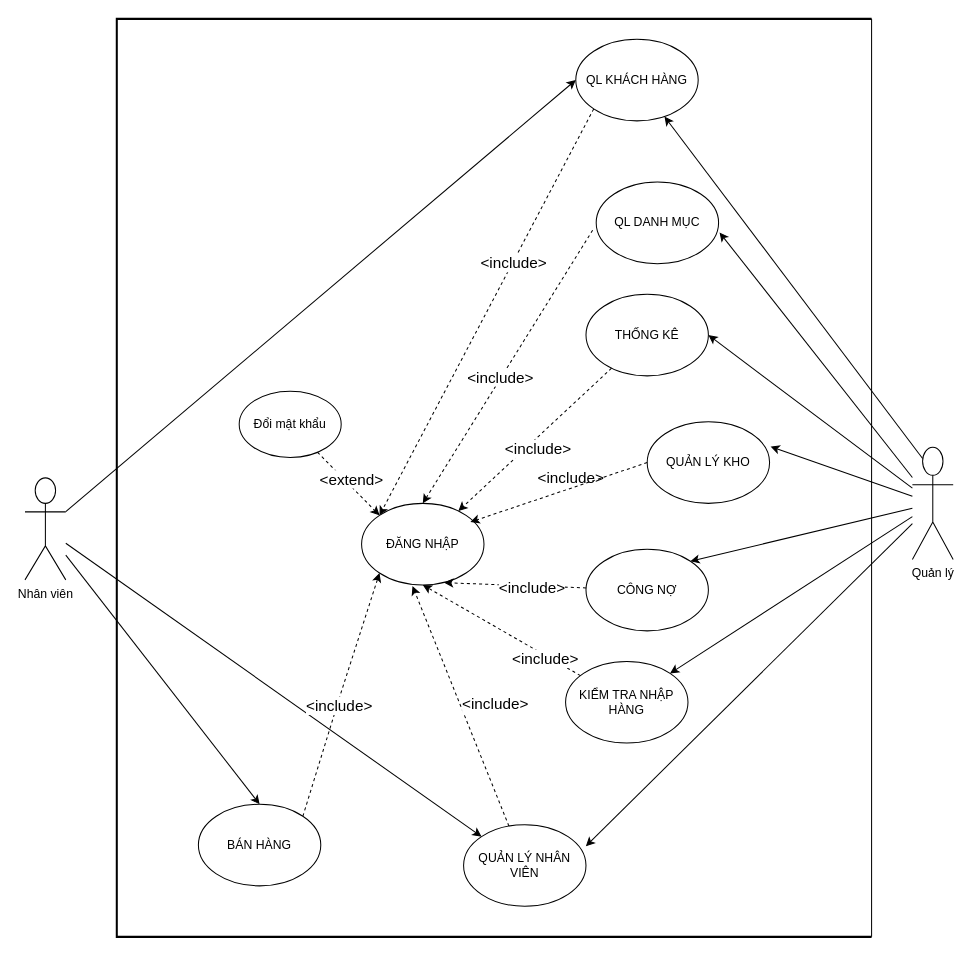
This is USECASE/Untitled Diagram.drawio from AlexTien202/congnghephanmem, a draw.io file, before an edit. Source tidied: cells renumbered, new cells numbered last; positions are measured from the earlier drawing's top-left corner, leaving out a move shared by most shapes. Both pictures are drawn from the tidied source at 102%, with x=0, y=0 at pixel (24, 18).
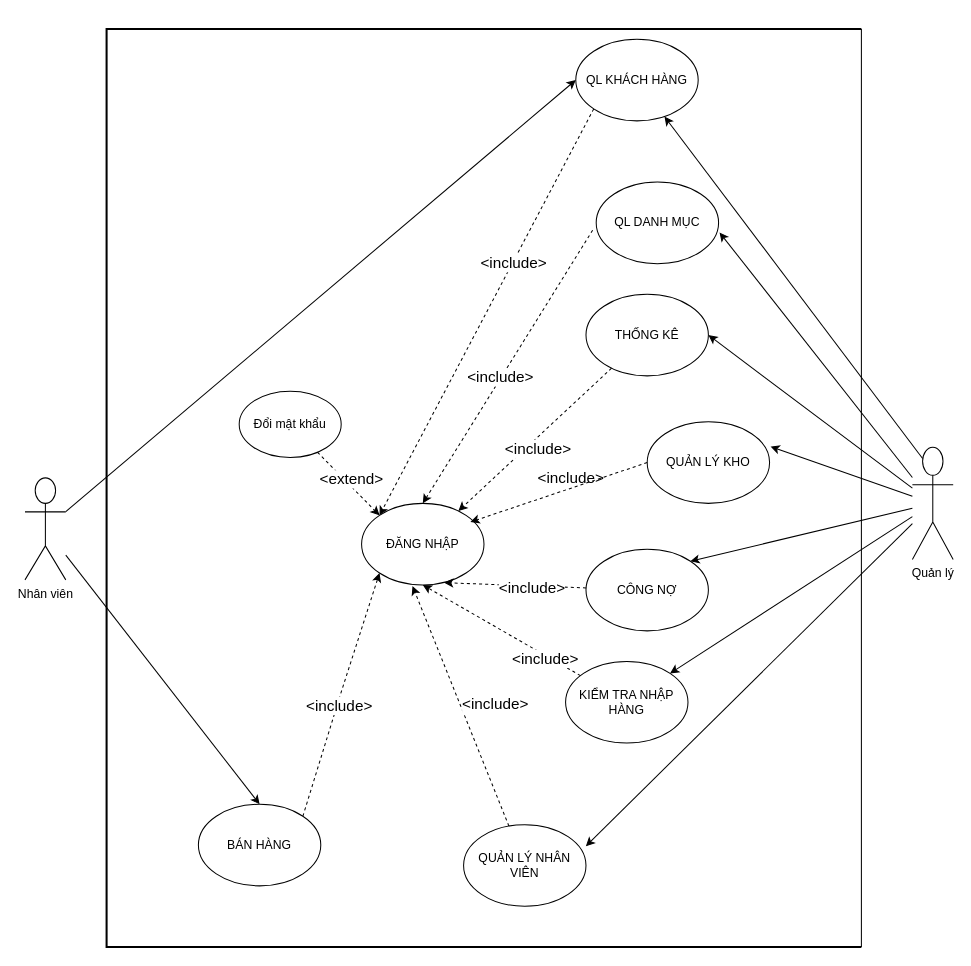
After the change.

Unchanged cells that the change refers to:
```xml
<mxCell id="5" value="Nhân viên" style="shape=umlActor;verticalLabelPosition=bottom;verticalAlign=top;html=1;outlineConnect=0;" parent="1" vertex="1">
  <mxGeometry y="450" width="40" height="100" as="geometry" />
</mxCell>
<mxCell id="15" value="QUẢN LÝ NHÂN VIÊN" style="ellipse;whiteSpace=wrap;html=1;" parent="1" vertex="1">
  <mxGeometry x="430" y="790" width="120" height="80" as="geometry" />
</mxCell>
```

Diff of the diagram source:
```diff
@@
-    <mxCell id="4" style="rounded=0;jettySize=auto;html=1;entryX=0;entryY=0;entryDx=0;entryDy=0;" parent="1" edge="1" source="5" target="15">
-      <mxGeometry relative="1" as="geometry" />
-    </mxCell>
@@
     <mxCell id="39" style="strokeWidth=2;html=1;shape=mxgraph.flowchart.annotation_1;align=left;fontSize=15;" parent="1" vertex="1">
-      <mxGeometry x="90" width="740" height="900" as="geometry" />
+      <mxGeometry x="80" y="10" width="740" height="900" as="geometry" />
     </mxCell>
```
